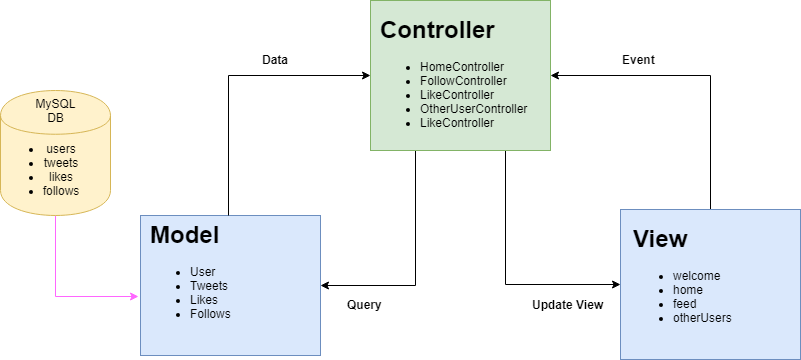
The draw.io diagram Architecture Diagram/architecture_diagram.png in q-flux/SOEN341, before a commit. Source tidied: cells renumbered, new cells last; positions are measured from the earlier drawing's top-left corner, leaving out a move shared by most shapes.
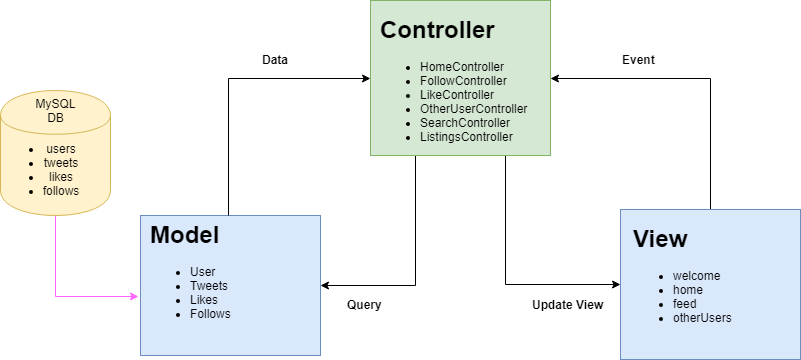
Above is the later version.

Commit message:
Updated architecture diagram to include listings controller that was added #66

What changed in the source:
```diff
@@ -9,10 +9,10 @@
       <mxGeometry relative="1" as="geometry" />
     </mxCell>
     <mxCell id="4" style="rounded=0;whiteSpace=wrap;html=1;fillColor=#d5e8d4;strokeColor=#82b366;" parent="1" vertex="1">
-      <mxGeometry x="370" width="180" height="150" as="geometry" />
+      <mxGeometry x="370" width="180" height="155" as="geometry" />
     </mxCell>
-    <mxCell id="5" value="&lt;h1&gt;Controller&lt;/h1&gt;&lt;p&gt;&lt;ul&gt;&lt;li&gt;HomeController&lt;/li&gt;&lt;li&gt;FollowController&lt;/li&gt;&lt;li&gt;LikeController&lt;/li&gt;&lt;li&gt;OtherUserController&lt;/li&gt;&lt;li&gt;LikeController&lt;/li&gt;&lt;/ul&gt;&lt;/p&gt;" style="text;html=1;spacing=5;spacingTop=-20;whiteSpace=wrap;overflow=hidden;rounded=0;" parent="1" vertex="1">
-      <mxGeometry x="375" y="10" width="165" height="120" as="geometry" />
+    <mxCell id="5" value="&lt;h1&gt;Controller&lt;/h1&gt;&lt;p&gt;&lt;/p&gt;&lt;ul&gt;&lt;li&gt;HomeController&lt;/li&gt;&lt;li&gt;FollowController&lt;/li&gt;&lt;li&gt;LikeController&lt;/li&gt;&lt;li&gt;OtherUserController&lt;/li&gt;&lt;li&gt;SearchController&lt;/li&gt;&lt;li&gt;ListingsController&lt;/li&gt;&lt;/ul&gt;&lt;p&gt;&lt;/p&gt;" style="text;html=1;spacing=5;spacingTop=-20;whiteSpace=wrap;overflow=hidden;rounded=0;" parent="1" vertex="1">
+      <mxGeometry x="375" y="10" width="165" height="135" as="geometry" />
     </mxCell>
     <mxCell id="6" style="rounded=0;whiteSpace=wrap;html=1;fillColor=#dae8fc;strokeColor=#6c8ebf;" parent="1" vertex="1">
       <mxGeometry x="140" y="215" width="180" height="140" as="geometry" />
```
